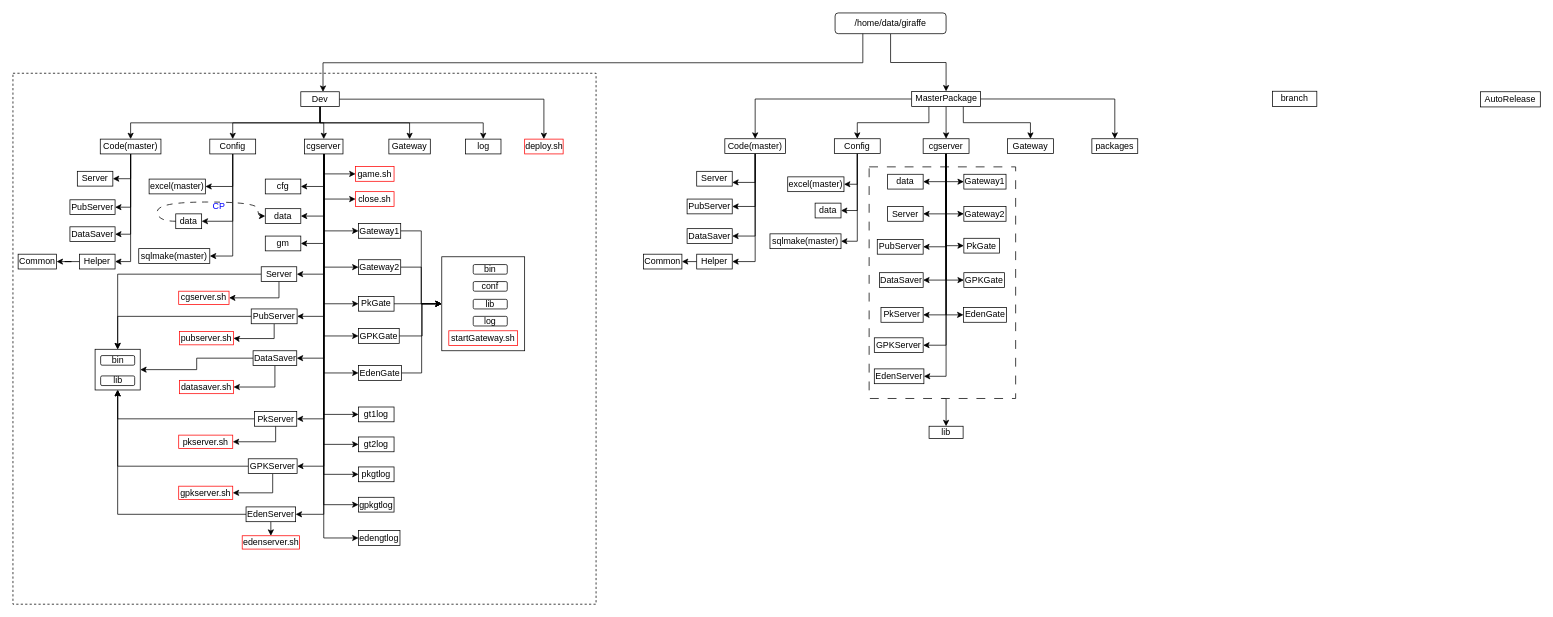
This is cgArch.drawio from xiaodongYao/DrawIO, a draw.io file, before an edit. Source tidied: cells renumbered, new cells numbered last; positions are measured from the earlier drawing's top-left corner, leaving out a move shared by most shapes. Both pictures are drawn from the tidied source at 74%, with x=0, y=0 at pixel (13, 13).
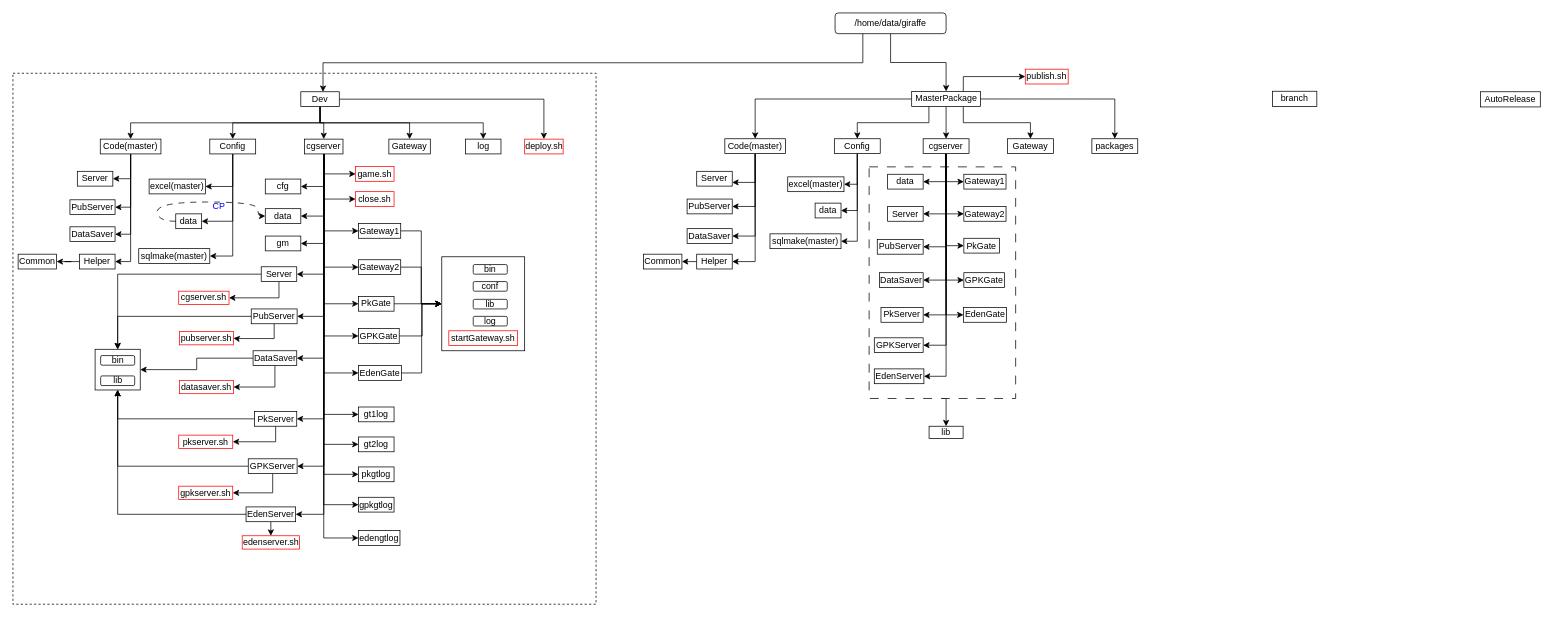
The same page after the edit.

The change refers to these unchanged cells:
```xml
<mxCell id="117" value="MasterPackage" style="rounded=0;whiteSpace=wrap;html=1;" parent="1" vertex="1">
  <mxGeometry x="1214.5" y="106" width="93" height="20.5" as="geometry" />
</mxCell>
```

The edit, as a diff of the source:
```diff
@@
+    <mxCell id="167" style="edgeStyle=orthogonalEdgeStyle;rounded=0;jettySize=auto;html=1;exitX=0.75;exitY=0;exitDx=0;exitDy=0;entryX=0;entryY=0.5;entryDx=0;entryDy=0;" parent="1" edge="1" source="117" target="168">
+      <mxGeometry relative="1" as="geometry" />
+    </mxCell>
@@
+    <mxCell id="168" value="publish&lt;span style=&quot;background-color: transparent; color: light-dark(rgb(0, 0, 0), rgb(255, 255, 255));&quot;&gt;.sh&lt;/span&gt;" style="rounded=0;whiteSpace=wrap;html=1;strokeColor=light-dark(#ff0000, #ededed);" parent="1" vertex="1">
+      <mxGeometry x="1368" y="76" width="58" height="20" as="geometry" />
+    </mxCell>
```
